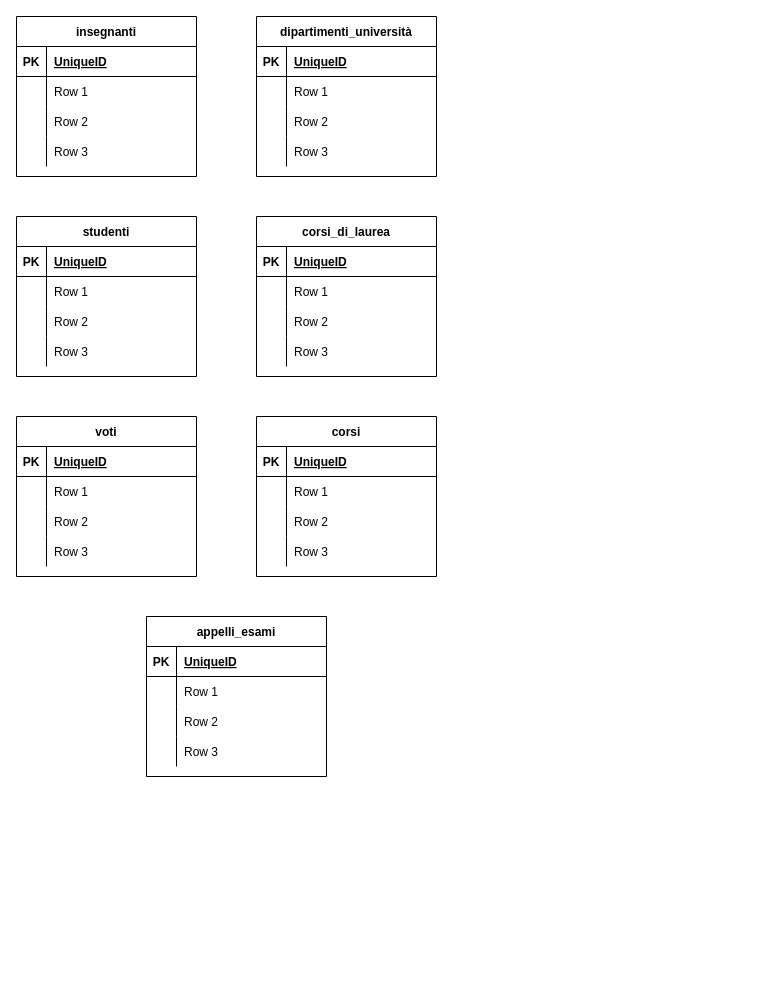
This is db-university.drawio from Alek90/db-university, a draw.io file, before an edit. Source tidied: cells renumbered, new cells numbered last; positions are measured from the earlier drawing's top-left corner, leaving out a move shared by most shapes. Both pictures are drawn from the tidied source at 100%, with x=0, y=0 at pixel (16, 16).
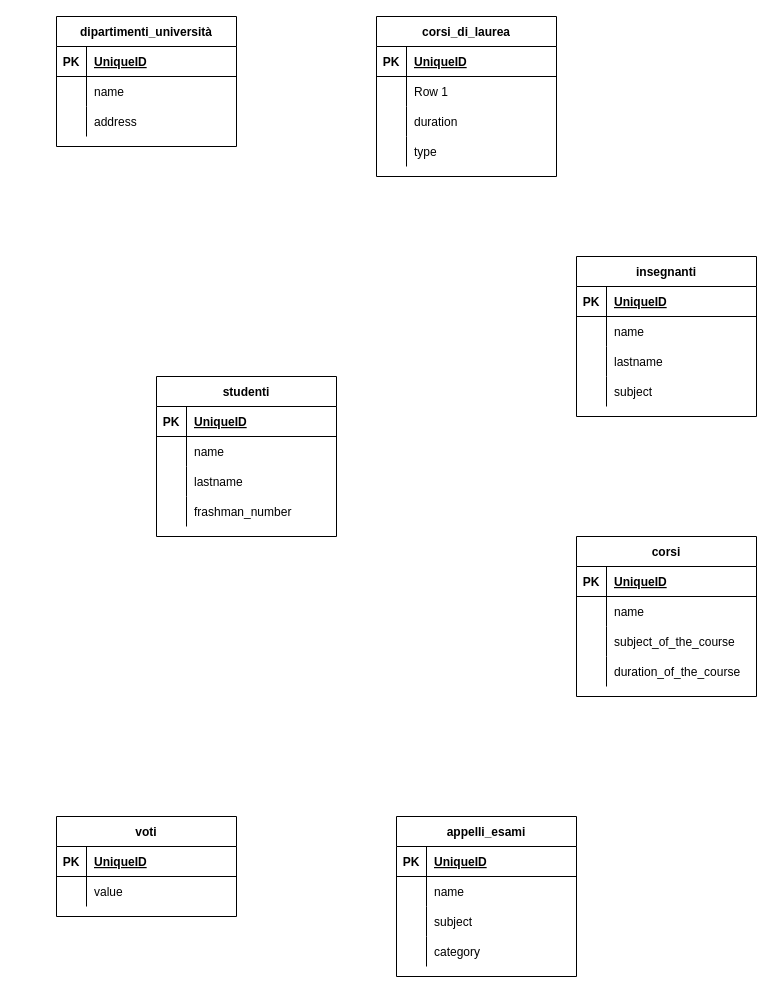
The same page after the edit.

Commit message:
Add parameters in entity-table.

The change refers to these unchanged cells:
```xml
<mxCell id="6" style="shape=partialRectangle;fillColor=none;top=0;left=0;bottom=0;right=0;" parent="2" vertex="1">
  <mxGeometry y="60" width="180" height="30" as="geometry" />
</mxCell>
<mxCell id="9" style="shape=partialRectangle;fillColor=none;top=0;left=0;bottom=0;right=0;" parent="2" vertex="1">
  <mxGeometry y="90" width="180" height="30" as="geometry" />
</mxCell>
<mxCell id="12" style="shape=partialRectangle;fillColor=none;top=0;left=0;bottom=0;right=0;" parent="2" vertex="1">
  <mxGeometry y="120" width="180" height="30" as="geometry" />
</mxCell>
<mxCell id="19" style="shape=partialRectangle;fillColor=none;top=0;left=0;bottom=0;right=0;" parent="15" vertex="1">
  <mxGeometry y="60" width="180" height="30" as="geometry" />
</mxCell>
<mxCell id="22" style="shape=partialRectangle;fillColor=none;top=0;left=0;bottom=0;right=0;" parent="15" vertex="1">
  <mxGeometry y="90" width="180" height="30" as="geometry" />
</mxCell>
<mxCell id="32" style="shape=partialRectangle;fillColor=none;top=0;left=0;bottom=0;right=0;" parent="28" vertex="1">
  <mxGeometry y="60" width="180" height="30" as="geometry" />
</mxCell>
<mxCell id="35" style="shape=partialRectangle;fillColor=none;top=0;left=0;bottom=0;right=0;" parent="28" vertex="1">
  <mxGeometry y="90" width="180" height="30" as="geometry" />
</mxCell>
<mxCell id="38" style="shape=partialRectangle;fillColor=none;top=0;left=0;bottom=0;right=0;" parent="28" vertex="1">
  <mxGeometry y="120" width="180" height="30" as="geometry" />
</mxCell>
<mxCell id="48" style="shape=partialRectangle;fillColor=none;top=0;left=0;bottom=0;right=0;" parent="41" vertex="1">
  <mxGeometry y="90" width="180" height="30" as="geometry" />
</mxCell>
<mxCell id="51" style="shape=partialRectangle;fillColor=none;top=0;left=0;bottom=0;right=0;" parent="41" vertex="1">
  <mxGeometry y="120" width="180" height="30" as="geometry" />
</mxCell>
<mxCell id="58" style="shape=partialRectangle;fillColor=none;top=0;left=0;bottom=0;right=0;" parent="54" vertex="1">
  <mxGeometry y="60" width="180" height="30" as="geometry" />
</mxCell>
<mxCell id="61" style="shape=partialRectangle;fillColor=none;top=0;left=0;bottom=0;right=0;" parent="54" vertex="1">
  <mxGeometry y="90" width="180" height="30" as="geometry" />
</mxCell>
<mxCell id="64" style="shape=partialRectangle;fillColor=none;top=0;left=0;bottom=0;right=0;" parent="54" vertex="1">
  <mxGeometry y="120" width="180" height="30" as="geometry" />
</mxCell>
<mxCell id="71" style="shape=partialRectangle;fillColor=none;top=0;left=0;bottom=0;right=0;" parent="67" vertex="1">
  <mxGeometry y="60" width="180" height="30" as="geometry" />
</mxCell>
<mxCell id="84" style="shape=partialRectangle;fillColor=none;top=0;left=0;bottom=0;right=0;" parent="80" vertex="1">
  <mxGeometry y="60" width="180" height="30" as="geometry" />
</mxCell>
```

Change to the diagram source:
```diff
@@
     <mxCell id="2" value="insegnanti" style="shape=table;startSize=30;childLayout=tableLayout;rowLines=0;fontStyle=1;align=center;" parent="1" vertex="1">
-      <mxGeometry width="180" height="160" as="geometry" />
+      <mxGeometry x="560" y="240" width="180" height="160" as="geometry" />
     </mxCell>
@@
-    <mxCell id="8" value="Row 1" style="shape=partialRectangle;fillColor=none;top=0;left=0;bottom=0;right=0;align=left;spacingLeft=6;overflow=hidden;" parent="6" vertex="1">
+    <mxCell id="8" value="name" style="shape=partialRectangle;fillColor=none;top=0;left=0;bottom=0;right=0;align=left;spacingLeft=6;overflow=hidden;" parent="6" vertex="1">
       <mxGeometry x="30" width="150" height="30" as="geometry" />
     </mxCell>
@@
-    <mxCell id="11" value="Row 2" style="shape=partialRectangle;fillColor=none;top=0;left=0;bottom=0;right=0;align=left;spacingLeft=6;overflow=hidden;" parent="9" vertex="1">
+    <mxCell id="11" value="lastname" style="shape=partialRectangle;fillColor=none;top=0;left=0;bottom=0;right=0;align=left;spacingLeft=6;overflow=hidden;" parent="9" vertex="1">
       <mxGeometry x="30" width="150" height="30" as="geometry" />
     </mxCell>
@@
-    <mxCell id="14" value="Row 3" style="shape=partialRectangle;fillColor=none;top=0;left=0;bottom=0;right=0;align=left;spacingLeft=6;overflow=hidden;" parent="12" vertex="1">
+    <mxCell id="14" value="subject" style="shape=partialRectangle;fillColor=none;top=0;left=0;bottom=0;right=0;align=left;spacingLeft=6;overflow=hidden;" parent="12" vertex="1">
       <mxGeometry x="30" width="150" height="30" as="geometry" />
     </mxCell>
     <mxCell id="15" value="dipartimenti_università" style="shape=table;startSize=30;childLayout=tableLayout;rowLines=0;fontStyle=1;align=center;" parent="1" vertex="1">
-      <mxGeometry x="240" width="180" height="160" as="geometry" />
+      <mxGeometry x="40" width="180" height="130" as="geometry" />
     </mxCell>
@@
-    <mxCell id="21" value="Row 1" style="shape=partialRectangle;fillColor=none;top=0;left=0;bottom=0;right=0;align=left;spacingLeft=6;overflow=hidden;" parent="19" vertex="1">
+    <mxCell id="21" value="name" style="shape=partialRectangle;fillColor=none;top=0;left=0;bottom=0;right=0;align=left;spacingLeft=6;overflow=hidden;" parent="19" vertex="1">
       <mxGeometry x="30" width="150" height="30" as="geometry" />
     </mxCell>
@@
-    <mxCell id="24" value="Row 2" style="shape=partialRectangle;fillColor=none;top=0;left=0;bottom=0;right=0;align=left;spacingLeft=6;overflow=hidden;" parent="22" vertex="1">
+    <mxCell id="24" value="address" style="shape=partialRectangle;fillColor=none;top=0;left=0;bottom=0;right=0;align=left;spacingLeft=6;overflow=hidden;" parent="22" vertex="1">
       <mxGeometry x="30" width="150" height="30" as="geometry" />
     </mxCell>
-    <mxCell id="25" style="shape=partialRectangle;fillColor=none;top=0;left=0;bottom=0;right=0;" parent="15" vertex="1">
-      <mxGeometry y="120" width="180" height="30" as="geometry" />
-    </mxCell>
-    <mxCell id="26" style="shape=partialRectangle;fillColor=none;top=0;left=0;bottom=0;right=0;overflow=hidden;" parent="25" vertex="1">
-      <mxGeometry width="30" height="30" as="geometry" />
-    </mxCell>
-    <mxCell id="27" value="Row 3" style="shape=partialRectangle;fillColor=none;top=0;left=0;bottom=0;right=0;align=left;spacingLeft=6;overflow=hidden;" parent="25" vertex="1">
-      <mxGeometry x="30" width="150" height="30" as="geometry" />
-    </mxCell>
     <mxCell id="28" value="studenti" style="shape=table;startSize=30;childLayout=tableLayout;rowLines=0;fontStyle=1;align=center;" parent="1" vertex="1">
-      <mxGeometry y="200" width="180" height="160" as="geometry" />
+      <mxGeometry x="140" y="360" width="180" height="160" as="geometry" />
     </mxCell>
@@
-    <mxCell id="34" value="Row 1" style="shape=partialRectangle;fillColor=none;top=0;left=0;bottom=0;right=0;align=left;spacingLeft=6;overflow=hidden;" parent="32" vertex="1">
+    <mxCell id="34" value="name" style="shape=partialRectangle;fillColor=none;top=0;left=0;bottom=0;right=0;align=left;spacingLeft=6;overflow=hidden;" parent="32" vertex="1">
       <mxGeometry x="30" width="150" height="30" as="geometry" />
     </mxCell>
@@
-    <mxCell id="37" value="Row 2" style="shape=partialRectangle;fillColor=none;top=0;left=0;bottom=0;right=0;align=left;spacingLeft=6;overflow=hidden;" parent="35" vertex="1">
+    <mxCell id="37" value="lastname" style="shape=partialRectangle;fillColor=none;top=0;left=0;bottom=0;right=0;align=left;spacingLeft=6;overflow=hidden;" parent="35" vertex="1">
       <mxGeometry x="30" width="150" height="30" as="geometry" />
     </mxCell>
@@
-    <mxCell id="40" value="Row 3" style="shape=partialRectangle;fillColor=none;top=0;left=0;bottom=0;right=0;align=left;spacingLeft=6;overflow=hidden;" parent="38" vertex="1">
+    <mxCell id="40" value="frashman_number" style="shape=partialRectangle;fillColor=none;top=0;left=0;bottom=0;right=0;align=left;spacingLeft=6;overflow=hidden;" parent="38" vertex="1">
       <mxGeometry x="30" width="150" height="30" as="geometry" />
     </mxCell>
     <mxCell id="41" value="corsi_di_laurea" style="shape=table;startSize=30;childLayout=tableLayout;rowLines=0;fontStyle=1;align=center;" parent="1" vertex="1">
-      <mxGeometry x="240" y="200" width="180" height="160" as="geometry" />
+      <mxGeometry x="360" width="180" height="160" as="geometry" />
     </mxCell>
@@
-    <mxCell id="50" value="Row 2" style="shape=partialRectangle;fillColor=none;top=0;left=0;bottom=0;right=0;align=left;spacingLeft=6;overflow=hidden;" parent="48" vertex="1">
+    <mxCell id="50" value="duration" style="shape=partialRectangle;fillColor=none;top=0;left=0;bottom=0;right=0;align=left;spacingLeft=6;overflow=hidden;" parent="48" vertex="1">
       <mxGeometry x="30" width="150" height="30" as="geometry" />
     </mxCell>
@@
-    <mxCell id="53" value="Row 3" style="shape=partialRectangle;fillColor=none;top=0;left=0;bottom=0;right=0;align=left;spacingLeft=6;overflow=hidden;" parent="51" vertex="1">
+    <mxCell id="53" value="type" style="shape=partialRectangle;fillColor=none;top=0;left=0;bottom=0;right=0;align=left;spacingLeft=6;overflow=hidden;" parent="51" vertex="1">
       <mxGeometry x="30" width="150" height="30" as="geometry" />
     </mxCell>
     <mxCell id="54" value="corsi" style="shape=table;startSize=30;childLayout=tableLayout;rowLines=0;fontStyle=1;align=center;" parent="1" vertex="1">
-      <mxGeometry x="240" y="400" width="180" height="160" as="geometry" />
+      <mxGeometry x="560" y="520" width="180" height="160" as="geometry" />
     </mxCell>
@@
-    <mxCell id="60" value="Row 1" style="shape=partialRectangle;fillColor=none;top=0;left=0;bottom=0;right=0;align=left;spacingLeft=6;overflow=hidden;" parent="58" vertex="1">
+    <mxCell id="60" value="name" style="shape=partialRectangle;fillColor=none;top=0;left=0;bottom=0;right=0;align=left;spacingLeft=6;overflow=hidden;" parent="58" vertex="1">
       <mxGeometry x="30" width="150" height="30" as="geometry" />
     </mxCell>
@@
-    <mxCell id="63" value="Row 2" style="shape=partialRectangle;fillColor=none;top=0;left=0;bottom=0;right=0;align=left;spacingLeft=6;overflow=hidden;" parent="61" vertex="1">
+    <mxCell id="63" value="subject_of_the_course" style="shape=partialRectangle;fillColor=none;top=0;left=0;bottom=0;right=0;align=left;spacingLeft=6;overflow=hidden;" parent="61" vertex="1">
       <mxGeometry x="30" width="150" height="30" as="geometry" />
     </mxCell>
@@
-    <mxCell id="66" value="Row 3" style="shape=partialRectangle;fillColor=none;top=0;left=0;bottom=0;right=0;align=left;spacingLeft=6;overflow=hidden;" parent="64" vertex="1">
+    <mxCell id="66" value="duration_of_the_course" style="shape=partialRectangle;fillColor=none;top=0;left=0;bottom=0;right=0;align=left;spacingLeft=6;overflow=hidden;" parent="64" vertex="1">
       <mxGeometry x="30" width="150" height="30" as="geometry" />
     </mxCell>
     <mxCell id="67" value="voti" style="shape=table;startSize=30;childLayout=tableLayout;rowLines=0;fontStyle=1;align=center;" parent="1" vertex="1">
-      <mxGeometry y="400" width="180" height="160" as="geometry" />
+      <mxGeometry x="40" y="800" width="180" height="100" as="geometry" />
     </mxCell>
@@
-    <mxCell id="73" value="Row 1" style="shape=partialRectangle;fillColor=none;top=0;left=0;bottom=0;right=0;align=left;spacingLeft=6;overflow=hidden;" parent="71" vertex="1">
+    <mxCell id="73" value="value" style="shape=partialRectangle;fillColor=none;top=0;left=0;bottom=0;right=0;align=left;spacingLeft=6;overflow=hidden;" parent="71" vertex="1">
       <mxGeometry x="30" width="150" height="30" as="geometry" />
     </mxCell>
-    <mxCell id="74" style="shape=partialRectangle;fillColor=none;top=0;left=0;bottom=0;right=0;" parent="67" vertex="1">
-      <mxGeometry y="90" width="180" height="30" as="geometry" />
-    </mxCell>
-    <mxCell id="75" style="shape=partialRectangle;fillColor=none;top=0;left=0;bottom=0;right=0;overflow=hidden;" parent="74" vertex="1">
-      <mxGeometry width="30" height="30" as="geometry" />
-    </mxCell>
-    <mxCell id="76" value="Row 2" style="shape=partialRectangle;fillColor=none;top=0;left=0;bottom=0;right=0;align=left;spacingLeft=6;overflow=hidden;" parent="74" vertex="1">
-      <mxGeometry x="30" width="150" height="30" as="geometry" />
-    </mxCell>
-    <mxCell id="77" style="shape=partialRectangle;fillColor=none;top=0;left=0;bottom=0;right=0;" parent="67" vertex="1">
-      <mxGeometry y="120" width="180" height="30" as="geometry" />
-    </mxCell>
-    <mxCell id="78" style="shape=partialRectangle;fillColor=none;top=0;left=0;bottom=0;right=0;overflow=hidden;" parent="77" vertex="1">
-      <mxGeometry width="30" height="30" as="geometry" />
-    </mxCell>
-    <mxCell id="79" value="Row 3" style="shape=partialRectangle;fillColor=none;top=0;left=0;bottom=0;right=0;align=left;spacingLeft=6;overflow=hidden;" parent="77" vertex="1">
-      <mxGeometry x="30" width="150" height="30" as="geometry" />
-    </mxCell>
     <mxCell id="80" value="appelli_esami" style="shape=table;startSize=30;childLayout=tableLayout;rowLines=0;fontStyle=1;align=center;" parent="1" vertex="1">
-      <mxGeometry x="130" y="600" width="180" height="160" as="geometry" />
+      <mxGeometry x="380" y="800" width="180" height="160" as="geometry" />
     </mxCell>
@@
-    <mxCell id="85" style="shape=partialRectangle;fillColor=none;top=0;left=0;bottom=0;right=0;overflow=hidden;" parent="84" vertex="1">
-      <mxGeometry width="30" height="30" as="geometry" />
-    </mxCell>
-    <mxCell id="86" value="Row 1" style="shape=partialRectangle;fillColor=none;top=0;left=0;bottom=0;right=0;align=left;spacingLeft=6;overflow=hidden;" parent="84" vertex="1">
-      <mxGeometry x="30" width="150" height="30" as="geometry" />
-    </mxCell>
-    <mxCell id="87" style="shape=partialRectangle;fillColor=none;top=0;left=0;bottom=0;right=0;" parent="80" vertex="1">
-      <mxGeometry y="90" width="180" height="30" as="geometry" />
-    </mxCell>
-    <mxCell id="88" style="shape=partialRectangle;fillColor=none;top=0;left=0;bottom=0;right=0;overflow=hidden;" parent="87" vertex="1">
-      <mxGeometry width="30" height="30" as="geometry" />
-    </mxCell>
-    <mxCell id="89" value="Row 2" style="shape=partialRectangle;fillColor=none;top=0;left=0;bottom=0;right=0;align=left;spacingLeft=6;overflow=hidden;" parent="87" vertex="1">
-      <mxGeometry x="30" width="150" height="30" as="geometry" />
-    </mxCell>
-    <mxCell id="90" style="shape=partialRectangle;fillColor=none;top=0;left=0;bottom=0;right=0;" parent="80" vertex="1">
-      <mxGeometry y="120" width="180" height="30" as="geometry" />
-    </mxCell>
-    <mxCell id="91" style="shape=partialRectangle;fillColor=none;top=0;left=0;bottom=0;right=0;overflow=hidden;" parent="90" vertex="1">
-      <mxGeometry width="30" height="30" as="geometry" />
-    </mxCell>
-    <mxCell id="92" value="Row 3" style="shape=partialRectangle;fillColor=none;top=0;left=0;bottom=0;right=0;align=left;spacingLeft=6;overflow=hidden;" parent="90" vertex="1">
-      <mxGeometry x="30" width="150" height="30" as="geometry" />
-    </mxCell>
+    <mxCell id="93" style="shape=partialRectangle;fillColor=none;top=0;left=0;bottom=0;right=0;overflow=hidden;" parent="84" vertex="1">
+      <mxGeometry width="30" height="30" as="geometry" />
+    </mxCell>
+    <mxCell id="94" value="name" style="shape=partialRectangle;fillColor=none;top=0;left=0;bottom=0;right=0;align=left;spacingLeft=6;overflow=hidden;" parent="84" vertex="1">
+      <mxGeometry x="30" width="150" height="30" as="geometry" />
+    </mxCell>
+    <mxCell id="95" style="shape=partialRectangle;fillColor=none;top=0;left=0;bottom=0;right=0;" parent="80" vertex="1">
+      <mxGeometry y="90" width="180" height="30" as="geometry" />
+    </mxCell>
+    <mxCell id="96" style="shape=partialRectangle;fillColor=none;top=0;left=0;bottom=0;right=0;overflow=hidden;" parent="95" vertex="1">
+      <mxGeometry width="30" height="30" as="geometry" />
+    </mxCell>
+    <mxCell id="97" value="subject" style="shape=partialRectangle;fillColor=none;top=0;left=0;bottom=0;right=0;align=left;spacingLeft=6;overflow=hidden;" parent="95" vertex="1">
+      <mxGeometry x="30" width="150" height="30" as="geometry" />
+    </mxCell>
+    <mxCell id="98" style="shape=partialRectangle;fillColor=none;top=0;left=0;bottom=0;right=0;" parent="80" vertex="1">
+      <mxGeometry y="120" width="180" height="30" as="geometry" />
+    </mxCell>
+    <mxCell id="99" style="shape=partialRectangle;fillColor=none;top=0;left=0;bottom=0;right=0;overflow=hidden;" parent="98" vertex="1">
+      <mxGeometry width="30" height="30" as="geometry" />
+    </mxCell>
+    <mxCell id="100" value="category" style="shape=partialRectangle;fillColor=none;top=0;left=0;bottom=0;right=0;align=left;spacingLeft=6;overflow=hidden;" parent="98" vertex="1">
+      <mxGeometry x="30" width="150" height="30" as="geometry" />
+    </mxCell>
```
